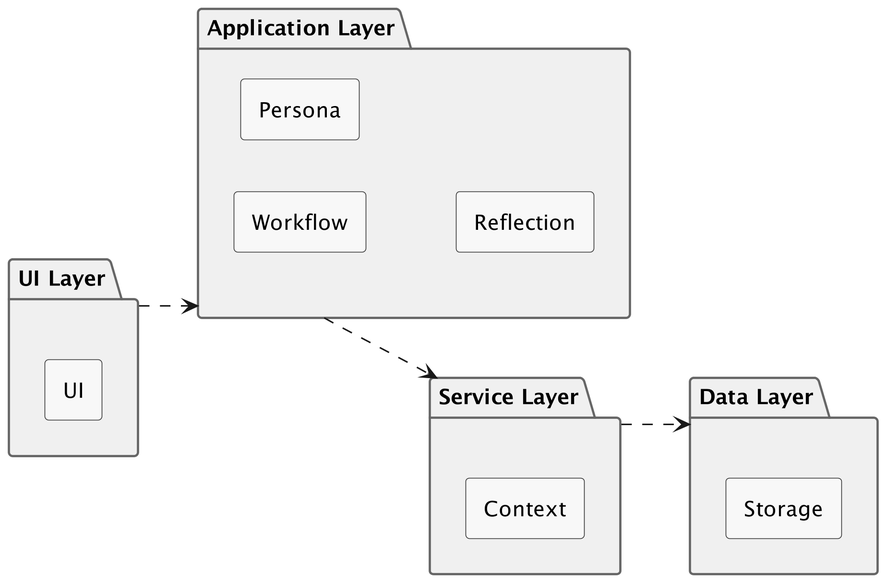
The PlantUML diagram docs/diagrams/out/architecture-diagram/architecture-diagram.png in hoetaek/reflective-conversational-journal, before a commit. Source of this version:
```plantuml
@startuml architecture-diagram
skinparam defaultTextAlignment center
skinparam dpi 300
skinparam padding 2

skinparam componentStyle rectangle

skinparam package {
    BackgroundColor #F0F0F0
    BorderColor #666666
    FontSize 14
    FontStyle bold
}
skinparam component {
    BackgroundColor #F8F8F8
    BorderColor #333333
}

left to right direction

package "UI Layer" {
    [UI] as UI
}

package "Application Layer" {
    [Workflow] as Workflow
    [Persona] as Persona
    [Reflection] as Reflection
}

package "Service Layer" {
    [Context] as Context
}

package "Data Layer" {
    [Storage] as Storage
}

"UI Layer" ..> "Application Layer"
"Application Layer" ..> "Service Layer"
"Service Layer" ..> "Data Layer"

@enduml
```
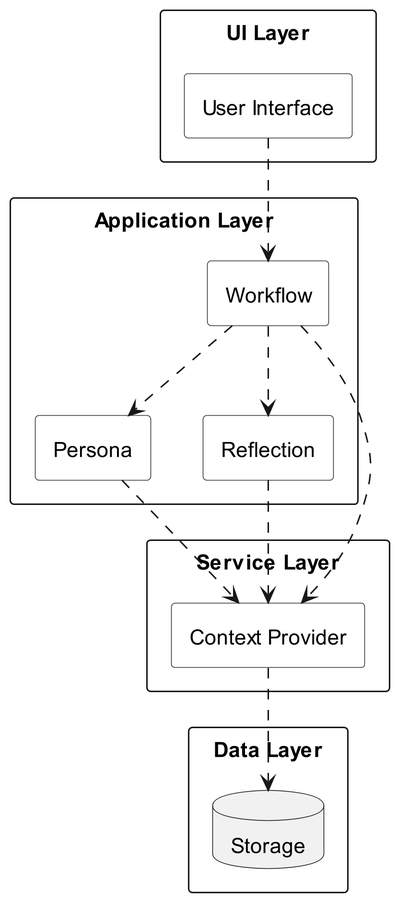
After the change.

Commit message:
refactor: Update architecture diagram to reflect recent design changes

What changed in the source:
```diff
@@ -5,39 +5,44 @@
 
 skinparam componentStyle rectangle
 
-skinparam package {
-    BackgroundColor #F0F0F0
-    BorderColor #666666
+skinparam rectangle {
     FontSize 14
     FontStyle bold
 }
+
 skinparam component {
-    BackgroundColor #F8F8F8
+    BackgroundColor #FFFFFF
     BorderColor #333333
 }
 
-left to right direction
+top to bottom direction
 
-package "UI Layer" {
-    [UI] as UI
+
+rectangle "UI Layer" {
+    component "User Interface" as UI
 }
 
-package "Application Layer" {
-    [Workflow] as Workflow
-    [Persona] as Persona
-    [Reflection] as Reflection
+rectangle "Application Layer" {
+    component "Workflow" as Workflow
+    component "Persona" as Persona
+    component "Reflection" as Reflection
 }
 
-package "Service Layer" {
-    [Context] as Context
+rectangle "Service Layer" {
+    component "Context Provider" as Context
 }
 
-package "Data Layer" {
-    [Storage] as Storage
+rectangle "Data Layer" {
+    database "Storage" as DB
 }
 
-"UI Layer" ..> "Application Layer"
-"Application Layer" ..> "Service Layer"
-"Service Layer" ..> "Data Layer"
+
+UI ..> Workflow
+Workflow ..> Persona
+Workflow ..> Reflection
+Workflow ..> Context
+Persona ..> Context
+Reflection ..> Context
+Context ..> DB
 
 @enduml
```
